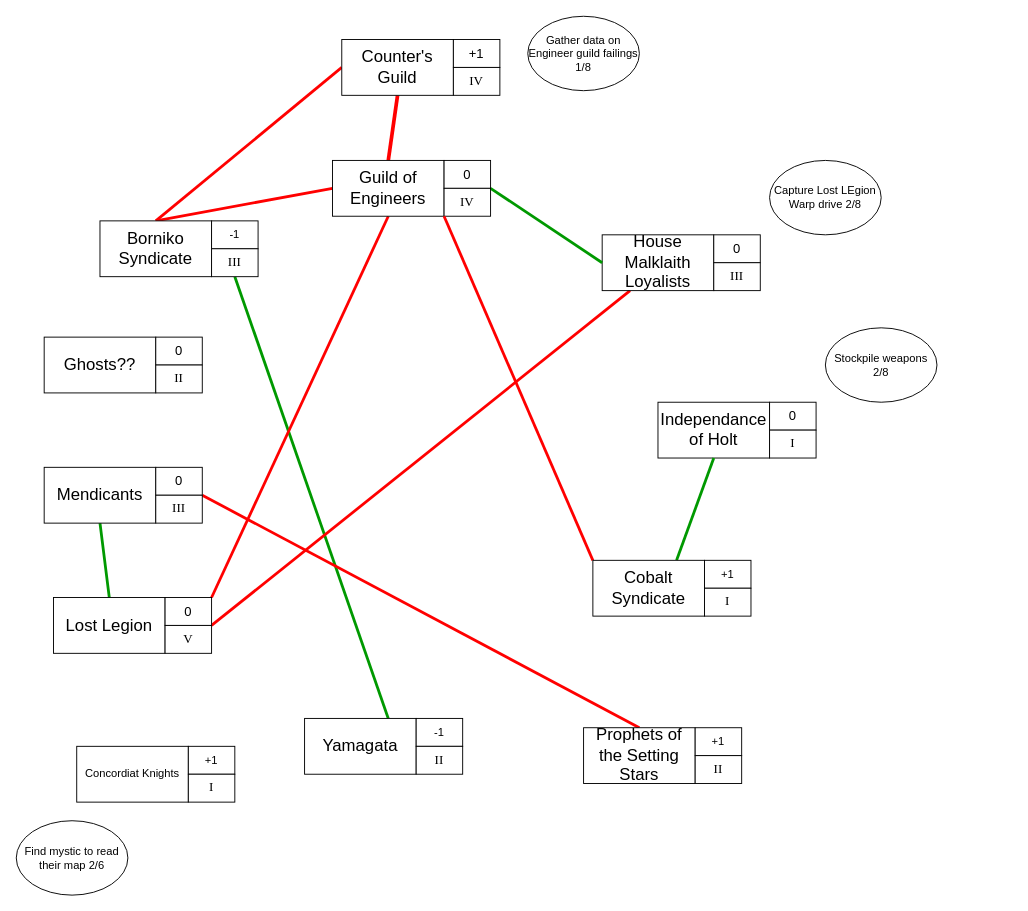
The draw.io diagram SaV_Season2.drawio in decyne/rpg-prep, before the edit. Source tidied: cells renumbered, new cells numbered last; positions are measured from the earlier drawing's top-left corner, leaving out a move shared by most shapes. Both pictures are drawn from the tidied source at 93%, with x=0, y=0 at pixel (16, 16).
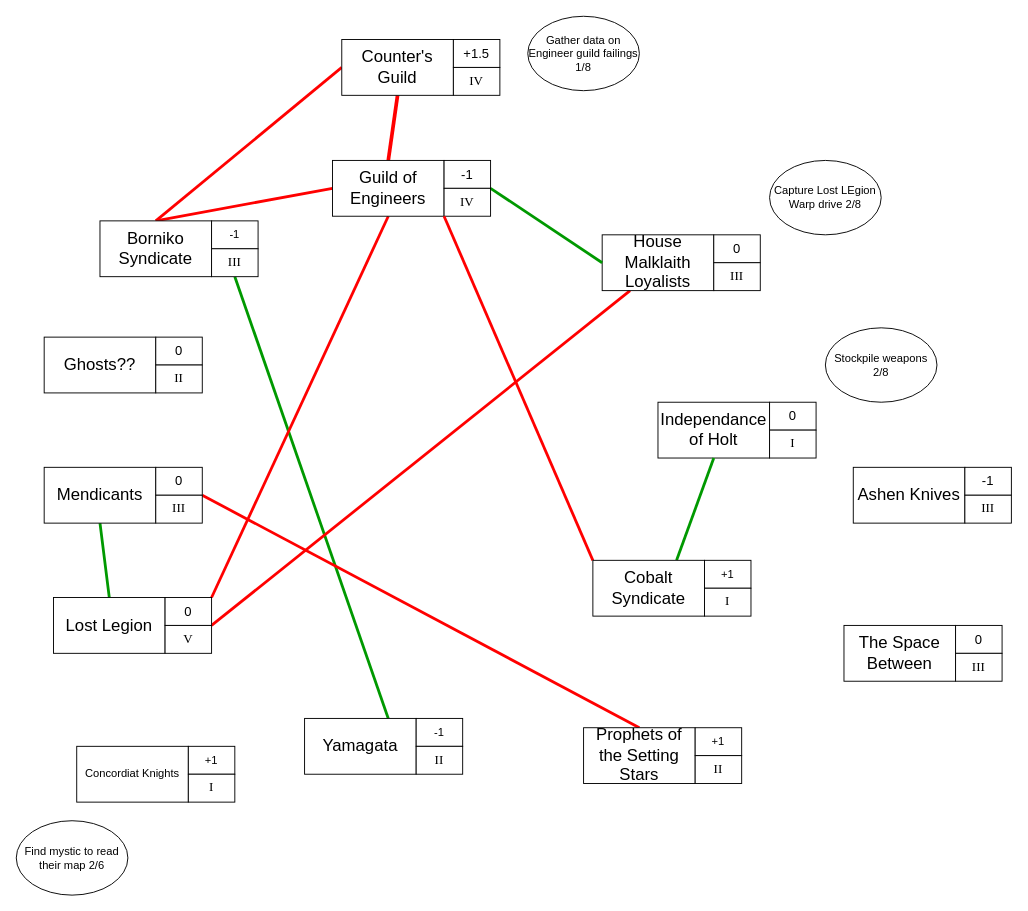
The same page after the edit.

Change to the diagram source:
```diff
@@
-    <mxCell id="27" value="&lt;font style=&quot;font-size: 14px&quot;&gt;0&lt;/font&gt;" style="rounded=0;whiteSpace=wrap;html=1;" parent="1" vertex="1">
+    <mxCell id="27" value="&lt;font style=&quot;font-size: 14px&quot;&gt;-1&lt;/font&gt;" style="rounded=0;whiteSpace=wrap;html=1;" parent="1" vertex="1">
       <mxGeometry x="460" y="155" width="50" height="30" as="geometry" />
     </mxCell>
@@
-    <mxCell id="48" value="&lt;font style=&quot;font-size: 14px&quot;&gt;+1&lt;/font&gt;" style="rounded=0;whiteSpace=wrap;html=1;" parent="1" vertex="1">
+    <mxCell id="48" value="&lt;font style=&quot;font-size: 14px&quot;&gt;+1.5&lt;/font&gt;" style="rounded=0;whiteSpace=wrap;html=1;" parent="1" vertex="1">
       <mxGeometry x="470" y="25" width="50" height="30" as="geometry" />
     </mxCell>
@@
+    <mxCell id="53" value="&lt;span style=&quot;font-size: 18px&quot;&gt;The Space Between&lt;/span&gt;" style="rounded=0;whiteSpace=wrap;html=1;" parent="1" vertex="1">
+      <mxGeometry x="890" y="655" width="120" height="60" as="geometry" />
+    </mxCell>
+    <mxCell id="54" value="&lt;font style=&quot;font-size: 14px&quot;&gt;0&lt;/font&gt;" style="rounded=0;whiteSpace=wrap;html=1;" parent="1" vertex="1">
+      <mxGeometry x="1010" y="655" width="50" height="30" as="geometry" />
+    </mxCell>
+    <mxCell id="55" value="&lt;font face=&quot;Times New Roman&quot; style=&quot;font-size: 14px&quot;&gt;III&lt;/font&gt;" style="rounded=0;whiteSpace=wrap;html=1;" parent="1" vertex="1">
+      <mxGeometry x="1010" y="685" width="50" height="30" as="geometry" />
+    </mxCell>
+    <mxCell id="56" value="&lt;span style=&quot;font-size: 18px&quot;&gt;Ashen Knives&lt;/span&gt;" style="rounded=0;whiteSpace=wrap;html=1;" parent="1" vertex="1">
+      <mxGeometry x="900" y="485" width="120" height="60" as="geometry" />
+    </mxCell>
+    <mxCell id="57" value="&lt;font style=&quot;font-size: 14px&quot;&gt;-1&lt;/font&gt;" style="rounded=0;whiteSpace=wrap;html=1;" parent="1" vertex="1">
+      <mxGeometry x="1020" y="485" width="50" height="30" as="geometry" />
+    </mxCell>
+    <mxCell id="58" value="&lt;font face=&quot;Times New Roman&quot; style=&quot;font-size: 14px&quot;&gt;III&lt;/font&gt;" style="rounded=0;whiteSpace=wrap;html=1;" parent="1" vertex="1">
+      <mxGeometry x="1020" y="515" width="50" height="30" as="geometry" />
+    </mxCell>
```
